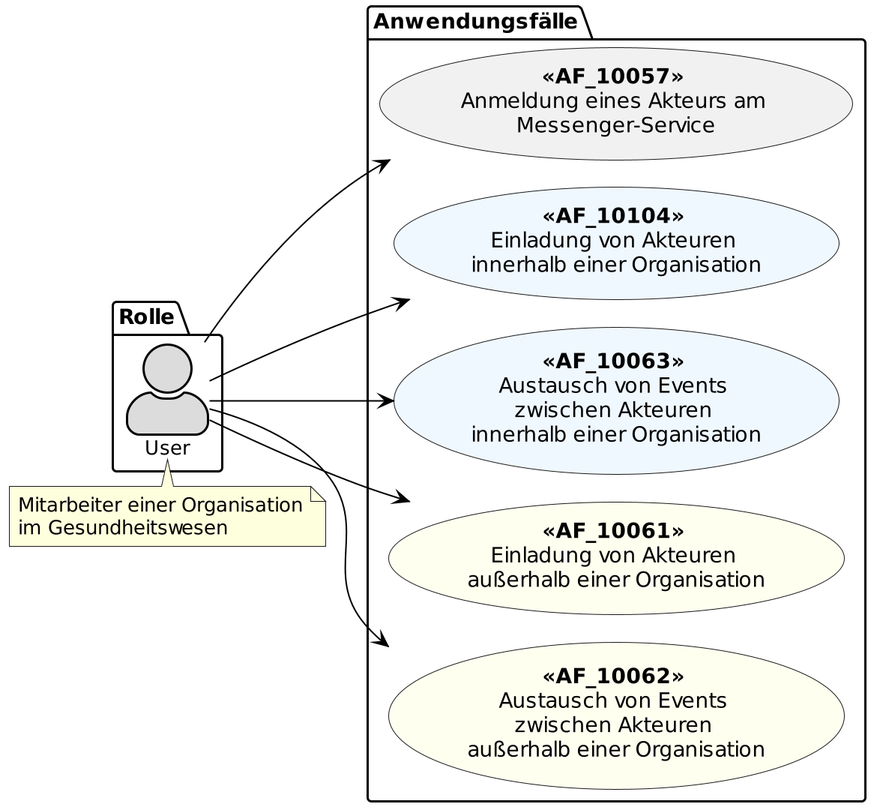
The PlantUML diagram images/diagrams/TI-Messenger-Dienst/Ressourcen/UC_user.png in gematik/api-ti-messenger, before a commit. Source of this version:
```plantuml
@startuml
!pragma layout smetana
skinparam actorStyle awesome
left to right direction
scale 6/3

skinparam sequence {
ArrowColor black
ArrowFontSize 17
ActorBorderColor black
LifeLineBorderColor black
LifeLineBackgroundColor Gainsboro

ParticipantBorderColor Motivation
ParticipantBackgroundColor Motivation
ParticipantFontName Impact
ParticipantFontSize 20
ParticipantFontColor black
ParticipantBorderColor Black
ParticipantBackgroundColor MOTIVATION

ActorBackgroundColor Gainsboro
ActorFontColor black
ActorFontSize 13
ActorFontName Aapex
}

package Rolle {
actor "User" as u
}

package Anwendungsfälle {
usecase "**<<AF_10057>>** \nAnmeldung eines Akteurs am \nMessenger-Service" as UC1
usecase "**<<AF_10104>>** \nEinladung von Akteuren \ninnerhalb einer Organisation" as UC2 #AliceBlue
usecase "**<<AF_10063>>** \nAustausch von Events \nzwischen Akteuren \ninnerhalb einer Organisation" as UC3 #AliceBlue
usecase "**<<AF_10061>>** \nEinladung von Akteuren \naußerhalb einer Organisation" as UC4 #Ivory
usecase "**<<AF_10062>>** \nAustausch von Events \nzwischen Akteuren \naußerhalb einer Organisation" as UC5 #Ivory
}

u --> UC1
u --> UC2
u --> UC3
u --> UC4
u --> UC5


note top of (u)
Mitarbeiter einer Organisation
im Gesundheitswesen
end note

@enduml
```
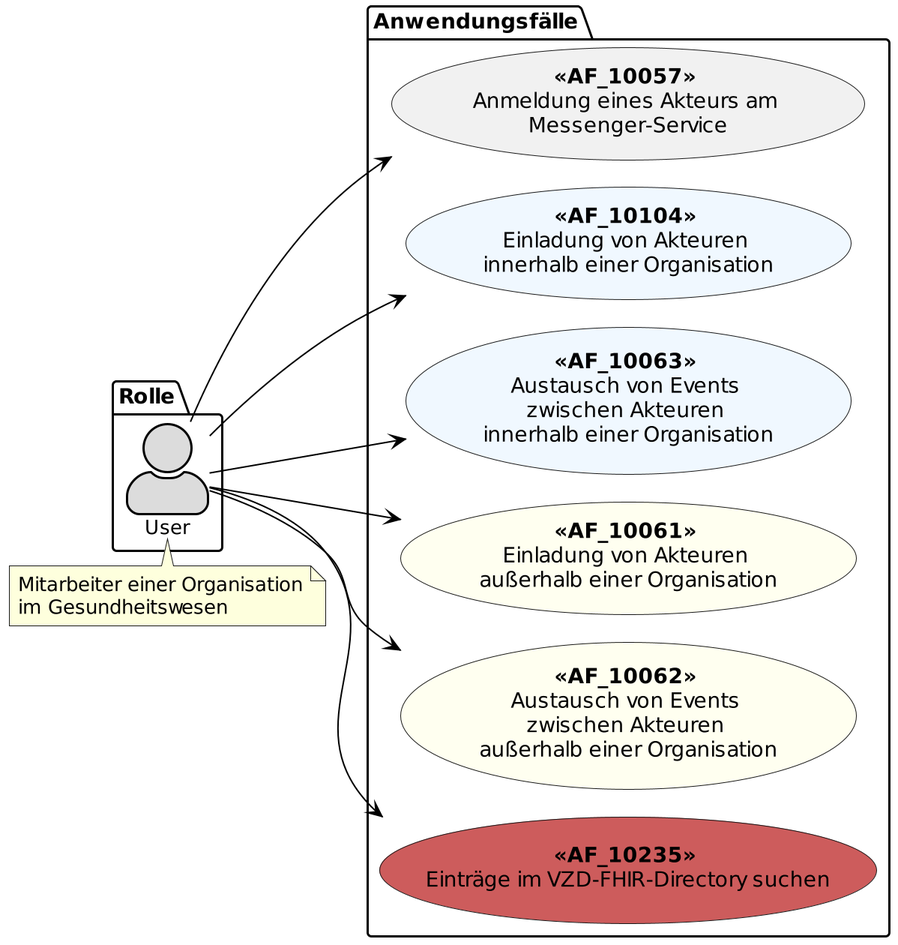
The same diagram one commit later.

Commit message:
Commit from GitHub Actions (GeneratePlantumlImages)

Diff of the diagram source:
```diff
@@ -35,6 +35,7 @@
 usecase "**<<AF_10063>>** \nAustausch von Events \nzwischen Akteuren \ninnerhalb einer Organisation" as UC3 #AliceBlue
 usecase "**<<AF_10061>>** \nEinladung von Akteuren \naußerhalb einer Organisation" as UC4 #Ivory
 usecase "**<<AF_10062>>** \nAustausch von Events \nzwischen Akteuren \naußerhalb einer Organisation" as UC5 #Ivory
+usecase "**<<AF_10235>>** \nEinträge im VZD-FHIR-Directory suchen" as UC6 #IndianRed
 }
 
 u --> UC1
@@ -42,7 +43,7 @@
 u --> UC3
 u --> UC4
 u --> UC5
-
+u --> UC6
 
 note top of (u)
 Mitarbeiter einer Organisation
```
